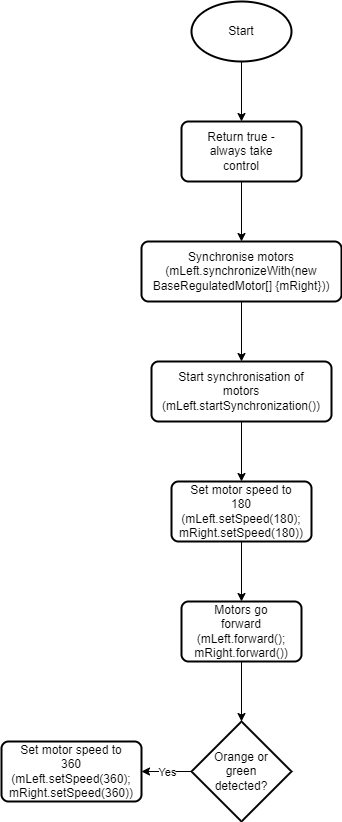
The draw.io diagram Final submission/Behaviour control flow/WalkaboutControlFlow.png in XLmT09/Bunny-Robot, before a commit. Source tidied: cells renumbered, new cells last; positions are measured from the earlier drawing's top-left corner, leaving out a move shared by most shapes.
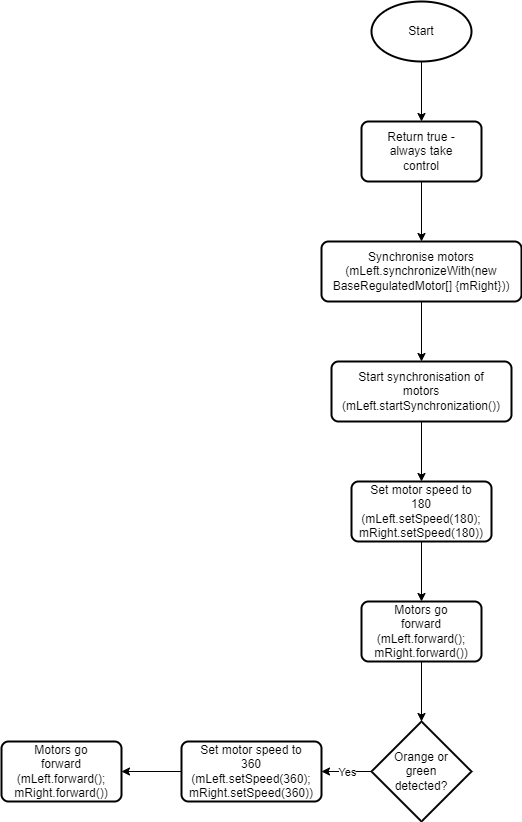
Above is the later version.

Change to the diagram source:
```diff
@@ -95,5 +95,17 @@
     <mxCell id="32" value="Yes" style="edgeLabel;html=1;align=center;verticalAlign=middle;" parent="31" vertex="1">
       <mxGeometry relative="1" as="geometry" />
     </mxCell>
+    <mxCell id="33" style="group;" parent="1" vertex="1">
+      <mxGeometry x="-180" y="740" width="120" height="60" as="geometry" />
+    </mxCell>
+    <mxCell id="34" style="rounded=1;whiteSpace=wrap;html=1;absoluteArcSize=1;arcSize=14;strokeWidth=2;" parent="33" vertex="1">
+      <mxGeometry width="120" height="60" as="geometry" />
+    </mxCell>
+    <mxCell id="35" value="Motors go forward (mLeft.forward(); mRight.forward())" style="text;html=1;strokeColor=none;fillColor=none;align=center;verticalAlign=middle;whiteSpace=wrap;rounded=0;" parent="33" vertex="1">
+      <mxGeometry x="30" y="15" width="60" height="30" as="geometry" />
+    </mxCell>
+    <mxCell id="36" style="endArrow=classic;html=1;rounded=0;entryX=1;entryY=0.5;entryDx=0;entryDy=0;exitX=0;exitY=0.5;exitDx=0;exitDy=0;" parent="1" edge="1" source="29" target="34">
+      <mxGeometry relative="1" as="geometry" />
+    </mxCell>
   </root>
 </mxGraphModel>
```
